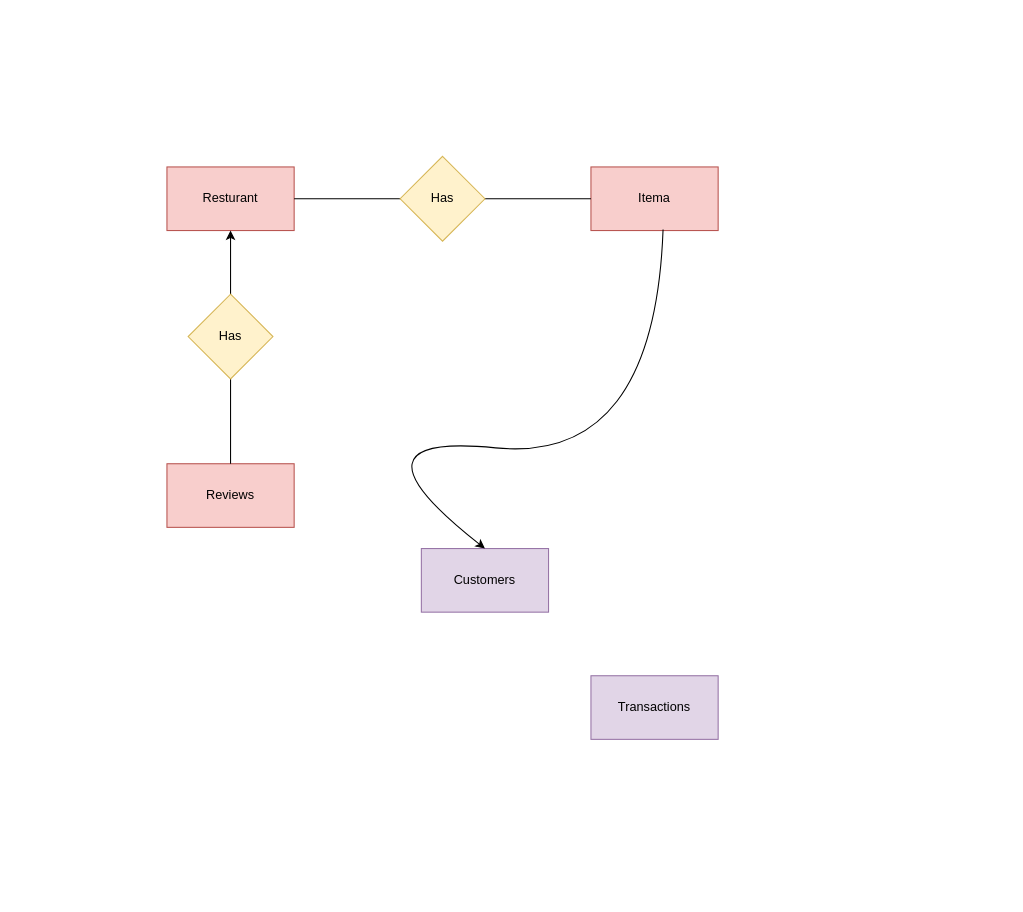
The draw.io diagram Untitled Diagram.drawio in ay9869/ER, before the edit. Source tidied: cells renumbered, new cells numbered last; positions are measured from the earlier drawing's top-left corner, leaving out a move shared by most shapes. Both pictures are drawn from the tidied source at 106%, with x=0, y=0 at pixel (166, 156).
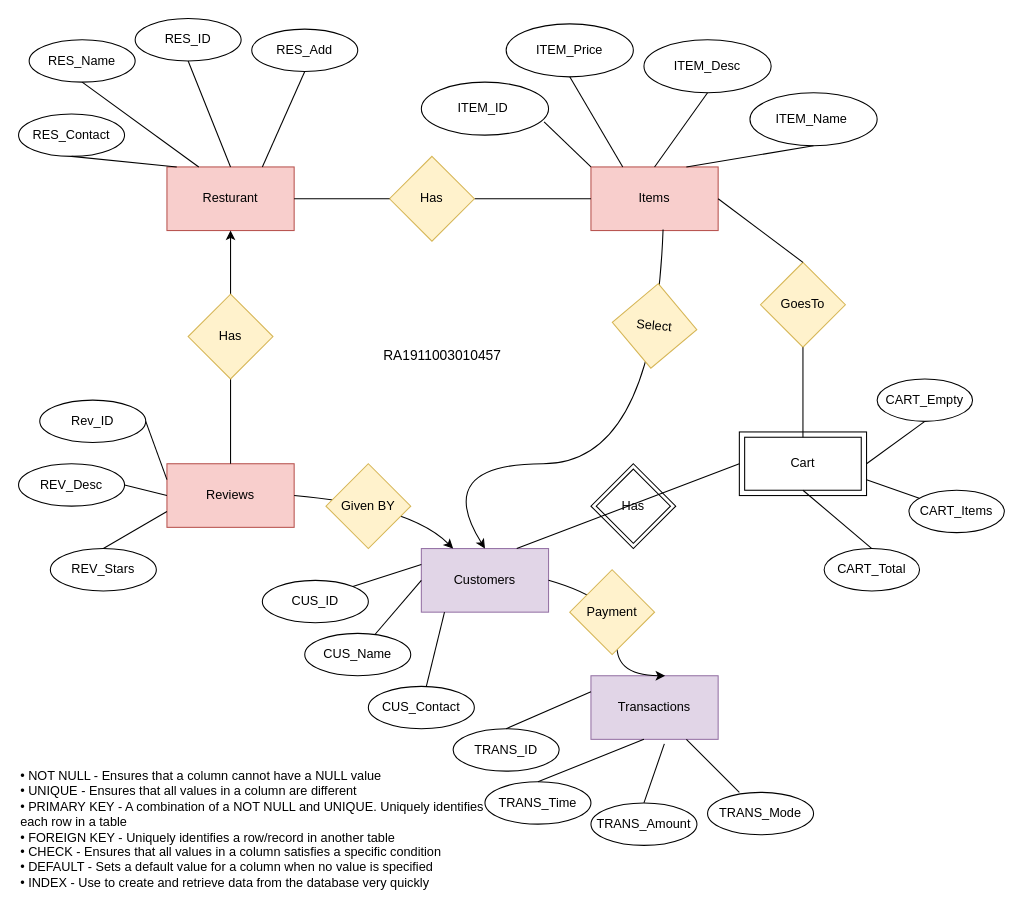
The same diagram, later.

Unchanged cells that the change refers to:
```xml
<mxCell id="2" value="Resturant" style="rounded=0;whiteSpace=wrap;html=1;fillColor=#f8cecc;strokeColor=#b85450;" parent="1" vertex="1">
  <mxGeometry y="10" width="120" height="60" as="geometry" />
</mxCell>
<mxCell id="4" value="Reviews" style="rounded=0;whiteSpace=wrap;html=1;fillColor=#f8cecc;strokeColor=#b85450;" parent="1" vertex="1">
  <mxGeometry y="290" width="120" height="60" as="geometry" />
</mxCell>
<mxCell id="5" value="Customers" style="rounded=0;whiteSpace=wrap;html=1;fillColor=#e1d5e7;strokeColor=#9673a6;" parent="1" vertex="1">
  <mxGeometry x="240" y="370" width="120" height="60" as="geometry" />
</mxCell>
<mxCell id="6" value="Transactions" style="rounded=0;whiteSpace=wrap;html=1;fillColor=#e1d5e7;strokeColor=#9673a6;" parent="1" vertex="1">
  <mxGeometry x="400" y="490" width="120" height="60" as="geometry" />
</mxCell>
```

Change to the diagram source:
```diff
@@
-    <mxCell id="3" value="Itema" style="rounded=0;whiteSpace=wrap;html=1;fillColor=#f8cecc;strokeColor=#b85450;" parent="1" vertex="1">
+    <mxCell id="3" value="Items" style="rounded=0;whiteSpace=wrap;html=1;fillColor=#f8cecc;strokeColor=#b85450;" parent="1" vertex="1">
       <mxGeometry x="400" y="10" width="120" height="60" as="geometry" />
     </mxCell>
@@
-    <mxCell id="9" style="endArrow=none;html=1;rounded=0;entryX=0;entryY=0.5;entryDx=0;entryDy=0;exitX=1;exitY=0.5;exitDx=0;exitDy=0;" parent="1" edge="1" source="2" target="3">
+    <mxCell id="9" style="endArrow=none;html=1;rounded=0;entryX=0;entryY=0.5;entryDx=0;entryDy=0;exitX=1;exitY=0.5;exitDx=0;exitDy=0;startArrow=none;" parent="1" edge="1" source="10" target="3">
       <mxGeometry relative="1" as="geometry" />
     </mxCell>
+    <mxCell id="11" style="curved=1;endArrow=classic;html=1;rounded=0;entryX=0.5;entryY=0;entryDx=0;entryDy=0;exitX=0.567;exitY=0.983;exitDx=0;exitDy=0;exitPerimeter=0;" parent="1" edge="1" source="3" target="5">
+      <mxGeometry relative="1" as="geometry">
+        <Array as="points">
+          <mxPoint x="460" y="290" />
+          <mxPoint x="250" y="290" />
+        </Array>
+      </mxGeometry>
+    </mxCell>
+    <mxCell id="12" style="curved=1;endArrow=classic;html=1;rounded=0;exitX=1;exitY=0.5;exitDx=0;exitDy=0;" parent="1" edge="1" source="4" target="5">
+      <mxGeometry relative="1" as="geometry">
+        <Array as="points">
+          <mxPoint x="230" y="330" />
+        </Array>
+      </mxGeometry>
+    </mxCell>
+    <mxCell id="13" value="Select" style="rhombus;whiteSpace=wrap;html=1;fillColor=#fff2cc;strokeColor=#d6b656;rotation=5;" parent="1" vertex="1">
+      <mxGeometry x="420" y="120" width="80" height="80" as="geometry" />
+    </mxCell>
+    <mxCell id="14" value="Given BY" style="rhombus;whiteSpace=wrap;html=1;fillColor=#fff2cc;strokeColor=#d6b656;" parent="1" vertex="1">
+      <mxGeometry x="150" y="290" width="80" height="80" as="geometry" />
+    </mxCell>
     <mxCell id="10" value="Has" style="rhombus;whiteSpace=wrap;html=1;fillColor=#fff2cc;strokeColor=#d6b656;" parent="1" vertex="1">
-      <mxGeometry x="220" width="80" height="80" as="geometry" />
+      <mxGeometry x="210" width="80" height="80" as="geometry" />
     </mxCell>
-    <mxCell id="11" style="curved=1;endArrow=classic;html=1;rounded=0;entryX=0.5;entryY=0;entryDx=0;entryDy=0;exitX=0.567;exitY=0.983;exitDx=0;exitDy=0;exitPerimeter=0;" parent="1" edge="1" source="3" target="5">
-      <mxGeometry relative="1" as="geometry">
-        <Array as="points">
-          <mxPoint x="460" y="290" />
-          <mxPoint x="160" y="260" />
-        </Array>
-      </mxGeometry>
-    </mxCell>
+    <mxCell id="15" style="endArrow=none;html=1;rounded=0;entryX=0;entryY=0.5;entryDx=0;entryDy=0;exitX=1;exitY=0.5;exitDx=0;exitDy=0;" parent="1" edge="1" source="2" target="10">
+      <mxGeometry relative="1" as="geometry" />
+    </mxCell>
+    <mxCell id="16" value="&lt;div&gt;&lt;span&gt;• NOT NULL - Ensures that a column cannot have a NULL value&lt;/span&gt;&lt;br&gt;&lt;/div&gt;&lt;div&gt;• UNIQUE - Ensures that all values in a column are different&lt;/div&gt;&lt;div&gt;• PRIMARY KEY - A combination of a NOT NULL and UNIQUE. Uniquely identifies&lt;/div&gt;&lt;div&gt;each row in a table&lt;/div&gt;&lt;div&gt;• FOREIGN KEY - Uniquely identifies a row/record in another table&lt;/div&gt;&lt;div&gt;• CHECK - Ensures that all values in a column satisfies a specific condition&lt;/div&gt;&lt;div&gt;• DEFAULT - Sets a default value for a column when no value is specified&lt;/div&gt;&lt;div&gt;• INDEX - Use to create and retrieve data from the database very quickly&lt;/div&gt;" style="text;html=1;align=left;verticalAlign=middle;strokeColor=none;fillColor=none;" parent="1" vertex="1">
+      <mxGeometry x="-140" y="575" width="450" height="120" as="geometry" />
+    </mxCell>
+    <mxCell id="17" value="RES_Name" style="ellipse;whiteSpace=wrap;html=1;" parent="1" vertex="1">
+      <mxGeometry x="-130" y="-110" width="100" height="40" as="geometry" />
+    </mxCell>
+    <mxCell id="18" value="RES_ID" style="ellipse;whiteSpace=wrap;html=1;rounded=0;" parent="1" vertex="1">
+      <mxGeometry x="-30" y="-130" width="100" height="40" as="geometry" />
+    </mxCell>
+    <mxCell id="19" style="endArrow=none;html=1;rounded=0;entryX=0.5;entryY=1;entryDx=0;entryDy=0;exitX=0.25;exitY=0;exitDx=0;exitDy=0;" parent="1" edge="1" source="2" target="17">
+      <mxGeometry relative="1" as="geometry" />
+    </mxCell>
+    <mxCell id="20" style="endArrow=none;html=1;rounded=0;entryX=0.5;entryY=1;entryDx=0;entryDy=0;exitX=0.5;exitY=0;exitDx=0;exitDy=0;" parent="1" edge="1" source="2" target="18">
+      <mxGeometry relative="1" as="geometry" />
+    </mxCell>
+    <mxCell id="21" value="RES_Add" style="ellipse;whiteSpace=wrap;html=1;" parent="1" vertex="1">
+      <mxGeometry x="80" y="-120" width="100" height="40" as="geometry" />
+    </mxCell>
+    <mxCell id="22" style="endArrow=none;html=1;rounded=0;entryX=0.5;entryY=1;entryDx=0;entryDy=0;exitX=0.75;exitY=0;exitDx=0;exitDy=0;" parent="1" edge="1" source="2" target="21">
+      <mxGeometry relative="1" as="geometry" />
+    </mxCell>
+    <mxCell id="23" value="RES_Contact" style="ellipse;whiteSpace=wrap;html=1;" parent="1" vertex="1">
+      <mxGeometry x="-140" y="-40" width="100" height="40" as="geometry" />
+    </mxCell>
+    <mxCell id="24" style="endArrow=none;html=1;rounded=0;entryX=0.5;entryY=1;entryDx=0;entryDy=0;exitX=0.077;exitY=0.001;exitDx=0;exitDy=0;exitPerimeter=0;" parent="1" edge="1" source="2" target="23">
+      <mxGeometry relative="1" as="geometry" />
+    </mxCell>
+    <mxCell id="25" value="REV_Desc" style="ellipse;whiteSpace=wrap;html=1;" parent="1" vertex="1">
+      <mxGeometry x="-140" y="290" width="100" height="40" as="geometry" />
+    </mxCell>
+    <mxCell id="26" value="REV_Stars" style="ellipse;whiteSpace=wrap;html=1;" parent="1" vertex="1">
+      <mxGeometry x="-110" y="370" width="100" height="40" as="geometry" />
+    </mxCell>
+    <mxCell id="27" value="Rev_ID" style="ellipse;whiteSpace=wrap;html=1;" parent="1" vertex="1">
+      <mxGeometry x="-120" y="230" width="100" height="40" as="geometry" />
+    </mxCell>
+    <mxCell id="28" style="endArrow=none;html=1;rounded=0;entryX=1;entryY=0.5;entryDx=0;entryDy=0;exitX=0;exitY=0.25;exitDx=0;exitDy=0;" parent="1" edge="1" source="4" target="27">
+      <mxGeometry relative="1" as="geometry" />
+    </mxCell>
+    <mxCell id="29" style="endArrow=none;html=1;rounded=0;exitX=0.5;exitY=0;exitDx=0;exitDy=0;entryX=0;entryY=0.75;entryDx=0;entryDy=0;" parent="1" edge="1" source="26" target="4">
+      <mxGeometry relative="1" as="geometry" />
+    </mxCell>
+    <mxCell id="30" style="endArrow=none;html=1;rounded=0;exitX=1;exitY=0.5;exitDx=0;exitDy=0;entryX=0;entryY=0.5;entryDx=0;entryDy=0;" parent="1" edge="1" source="25" target="4">
+      <mxGeometry relative="1" as="geometry" />
+    </mxCell>
+    <mxCell id="31" value="CUS_ID" style="ellipse;whiteSpace=wrap;html=1;" parent="1" vertex="1">
+      <mxGeometry x="90" y="400" width="100" height="40" as="geometry" />
+    </mxCell>
+    <mxCell id="32" value="CUS_Name" style="ellipse;whiteSpace=wrap;html=1;" parent="1" vertex="1">
+      <mxGeometry x="130" y="450" width="100" height="40" as="geometry" />
+    </mxCell>
+    <mxCell id="33" value="CUS_Contact" style="ellipse;whiteSpace=wrap;html=1;" parent="1" vertex="1">
+      <mxGeometry x="190" y="500" width="100" height="40" as="geometry" />
+    </mxCell>
+    <mxCell id="34" style="endArrow=none;html=1;rounded=0;entryX=0;entryY=0.25;entryDx=0;entryDy=0;exitX=1;exitY=0;exitDx=0;exitDy=0;" parent="1" edge="1" source="31" target="5">
+      <mxGeometry relative="1" as="geometry" />
+    </mxCell>
+    <mxCell id="35" style="endArrow=none;html=1;rounded=0;entryX=0;entryY=0.5;entryDx=0;entryDy=0;" parent="1" edge="1" source="32" target="5">
+      <mxGeometry relative="1" as="geometry" />
+    </mxCell>
+    <mxCell id="36" style="endArrow=none;html=1;rounded=0;entryX=0.182;entryY=1.001;entryDx=0;entryDy=0;entryPerimeter=0;" parent="1" edge="1" source="33" target="5">
+      <mxGeometry relative="1" as="geometry" />
+    </mxCell>
+    <mxCell id="37" style="curved=1;endArrow=classic;html=1;rounded=0;exitX=1;exitY=0.5;exitDx=0;exitDy=0;" parent="1" edge="1" source="5">
+      <mxGeometry relative="1" as="geometry">
+        <mxPoint x="470" y="490" as="targetPoint" />
+        <Array as="points">
+          <mxPoint x="430" y="420" />
+          <mxPoint x="420" y="490" />
+        </Array>
+      </mxGeometry>
+    </mxCell>
+    <mxCell id="38" value="Payment" style="rhombus;whiteSpace=wrap;html=1;fillColor=#fff2cc;strokeColor=#d6b656;" parent="1" vertex="1">
+      <mxGeometry x="380" y="390" width="80" height="80" as="geometry" />
+    </mxCell>
+    <mxCell id="39" value="TRANS_Time" style="ellipse;whiteSpace=wrap;html=1;" parent="1" vertex="1">
+      <mxGeometry x="300" y="590" width="100" height="40" as="geometry" />
+    </mxCell>
+    <mxCell id="40" value="TRANS_ID" style="ellipse;whiteSpace=wrap;html=1;" parent="1" vertex="1">
+      <mxGeometry x="270" y="540" width="100" height="40" as="geometry" />
+    </mxCell>
+    <mxCell id="41" style="endArrow=none;html=1;rounded=0;exitX=0.5;exitY=0;exitDx=0;exitDy=0;" parent="1" edge="1" source="39">
+      <mxGeometry relative="1" as="geometry">
+        <mxPoint x="450" y="550" as="targetPoint" />
+      </mxGeometry>
+    </mxCell>
+    <mxCell id="42" style="endArrow=none;html=1;rounded=0;entryX=0;entryY=0.25;entryDx=0;entryDy=0;exitX=0.5;exitY=0;exitDx=0;exitDy=0;" parent="1" edge="1" source="40" target="6">
+      <mxGeometry relative="1" as="geometry" />
+    </mxCell>
+    <mxCell id="43" value="TRANS_Amount" style="ellipse;whiteSpace=wrap;html=1;" parent="1" vertex="1">
+      <mxGeometry x="400" y="610" width="100" height="40" as="geometry" />
+    </mxCell>
+    <mxCell id="44" style="endArrow=none;html=1;fontFamily=Helvetica;fontSize=11;fontColor=rgb(0, 0, 0);align=center;strokeColor=rgb(0, 0, 0);entryX=0.75;entryY=1;entryDx=0;entryDy=0;exitX=0.3;exitY=0;exitDx=0;exitDy=0;exitPerimeter=0;" parent="1" edge="1" source="45" target="6">
+      <mxGeometry relative="1" as="geometry" />
+    </mxCell>
+    <mxCell id="45" value="TRANS_Mode" style="ellipse;whiteSpace=wrap;html=1;" parent="1" vertex="1">
+      <mxGeometry x="510" y="600" width="100" height="40" as="geometry" />
+    </mxCell>
+    <mxCell id="46" style="endArrow=none;html=1;rounded=0;entryX=0.577;entryY=1.071;entryDx=0;entryDy=0;entryPerimeter=0;exitX=0.5;exitY=0;exitDx=0;exitDy=0;" parent="1" edge="1" source="43" target="6">
+      <mxGeometry relative="1" as="geometry" />
+    </mxCell>
+    <mxCell id="47" style="rounded=0;whiteSpace=wrap;html=1;" parent="1" vertex="1">
+      <mxGeometry x="540" y="260" width="120" height="60" as="geometry" />
+    </mxCell>
+    <mxCell id="48" value="Cart" style="rounded=0;whiteSpace=wrap;html=1;" parent="1" vertex="1">
+      <mxGeometry x="545" y="265" width="110" height="50" as="geometry" />
+    </mxCell>
+    <mxCell id="49" style="rhombus;whiteSpace=wrap;html=1;" parent="1" vertex="1">
+      <mxGeometry x="400" y="290" width="80" height="80" as="geometry" />
+    </mxCell>
+    <mxCell id="50" value="Has" style="rhombus;whiteSpace=wrap;html=1;" parent="1" vertex="1">
+      <mxGeometry x="405" y="295" width="70" height="70" as="geometry" />
+    </mxCell>
+    <mxCell id="51" style="endArrow=none;html=1;rounded=0;entryX=0;entryY=0.5;entryDx=0;entryDy=0;exitX=0.75;exitY=0;exitDx=0;exitDy=0;" parent="1" edge="1" source="5" target="47">
+      <mxGeometry relative="1" as="geometry" />
+    </mxCell>
+    <mxCell id="52" value="GoesTo" style="rhombus;whiteSpace=wrap;html=1;fillColor=#fff2cc;strokeColor=#d6b656;" parent="1" vertex="1">
+      <mxGeometry x="560" y="100" width="80" height="80" as="geometry" />
+    </mxCell>
+    <mxCell id="53" style="endArrow=none;html=1;rounded=0;exitX=1;exitY=0.5;exitDx=0;exitDy=0;entryX=0.5;entryY=0;entryDx=0;entryDy=0;" parent="1" edge="1" source="3" target="52">
+      <mxGeometry relative="1" as="geometry" />
+    </mxCell>
+    <mxCell id="54" style="endArrow=none;html=1;rounded=0;entryX=0.5;entryY=1;entryDx=0;entryDy=0;exitX=0.5;exitY=0;exitDx=0;exitDy=0;" parent="1" edge="1" source="48" target="52">
+      <mxGeometry relative="1" as="geometry" />
+    </mxCell>
+    <mxCell id="55" value="ITEM_ID&amp;nbsp;" style="ellipse;whiteSpace=wrap;html=1;" parent="1" vertex="1">
+      <mxGeometry x="240" y="-70" width="120" height="50" as="geometry" />
+    </mxCell>
+    <mxCell id="56" value="ITEM_Price" style="ellipse;whiteSpace=wrap;html=1;" parent="1" vertex="1">
+      <mxGeometry x="320" y="-125" width="120" height="50" as="geometry" />
+    </mxCell>
+    <mxCell id="57" value="ITEM_Desc" style="ellipse;whiteSpace=wrap;html=1;" parent="1" vertex="1">
+      <mxGeometry x="450" y="-110" width="120" height="50" as="geometry" />
+    </mxCell>
+    <mxCell id="58" value="ITEM_Name&amp;nbsp;" style="ellipse;whiteSpace=wrap;html=1;" parent="1" vertex="1">
+      <mxGeometry x="550" y="-60" width="120" height="50" as="geometry" />
+    </mxCell>
+    <mxCell id="59" style="endArrow=none;html=1;rounded=0;entryX=0;entryY=0;entryDx=0;entryDy=0;exitX=0.965;exitY=0.749;exitDx=0;exitDy=0;exitPerimeter=0;" parent="1" edge="1" source="55" target="3">
+      <mxGeometry relative="1" as="geometry" />
+    </mxCell>
+    <mxCell id="60" style="endArrow=none;html=1;rounded=0;entryX=0.5;entryY=1;entryDx=0;entryDy=0;exitX=0.25;exitY=0;exitDx=0;exitDy=0;" parent="1" edge="1" source="3" target="56">
+      <mxGeometry relative="1" as="geometry" />
+    </mxCell>
+    <mxCell id="61" style="endArrow=none;html=1;rounded=0;entryX=0.5;entryY=1;entryDx=0;entryDy=0;exitX=0.5;exitY=0;exitDx=0;exitDy=0;" parent="1" edge="1" source="3" target="57">
+      <mxGeometry relative="1" as="geometry" />
+    </mxCell>
+    <mxCell id="62" style="endArrow=none;html=1;rounded=0;exitX=0.75;exitY=0;exitDx=0;exitDy=0;entryX=0.5;entryY=1;entryDx=0;entryDy=0;" parent="1" edge="1" source="3" target="58">
+      <mxGeometry relative="1" as="geometry" />
+    </mxCell>
+    <mxCell id="63" value="CART_Total" style="ellipse;whiteSpace=wrap;html=1;" parent="1" vertex="1">
+      <mxGeometry x="620" y="370" width="90" height="40" as="geometry" />
+    </mxCell>
+    <mxCell id="64" value="CART_Items" style="ellipse;whiteSpace=wrap;html=1;" parent="1" vertex="1">
+      <mxGeometry x="700" y="315" width="90" height="40" as="geometry" />
+    </mxCell>
+    <mxCell id="65" value="CART_Empty" style="ellipse;whiteSpace=wrap;html=1;" parent="1" vertex="1">
+      <mxGeometry x="670" y="210" width="90" height="40" as="geometry" />
+    </mxCell>
+    <mxCell id="66" style="endArrow=none;html=1;rounded=0;entryX=0.5;entryY=1;entryDx=0;entryDy=0;exitX=0.5;exitY=0;exitDx=0;exitDy=0;" parent="1" edge="1" source="63" target="48">
+      <mxGeometry relative="1" as="geometry" />
+    </mxCell>
+    <mxCell id="67" style="endArrow=none;html=1;rounded=0;entryX=0.5;entryY=1;entryDx=0;entryDy=0;exitX=1;exitY=0.5;exitDx=0;exitDy=0;" parent="1" edge="1" source="47" target="65">
+      <mxGeometry relative="1" as="geometry" />
+    </mxCell>
+    <mxCell id="68" style="endArrow=none;html=1;rounded=0;entryX=1;entryY=0.75;entryDx=0;entryDy=0;" parent="1" edge="1" source="64" target="47">
+      <mxGeometry relative="1" as="geometry" />
+    </mxCell>
+    <mxCell id="69" value="&lt;font style=&quot;font-size: 13px&quot;&gt;RA1911003010457&lt;/font&gt;" style="text;html=1;align=center;verticalAlign=middle;whiteSpace=wrap;rounded=0;fillColor=none;" parent="1" vertex="1">
+      <mxGeometry x="130" y="145" width="260" height="85" as="geometry" />
+    </mxCell>
```
